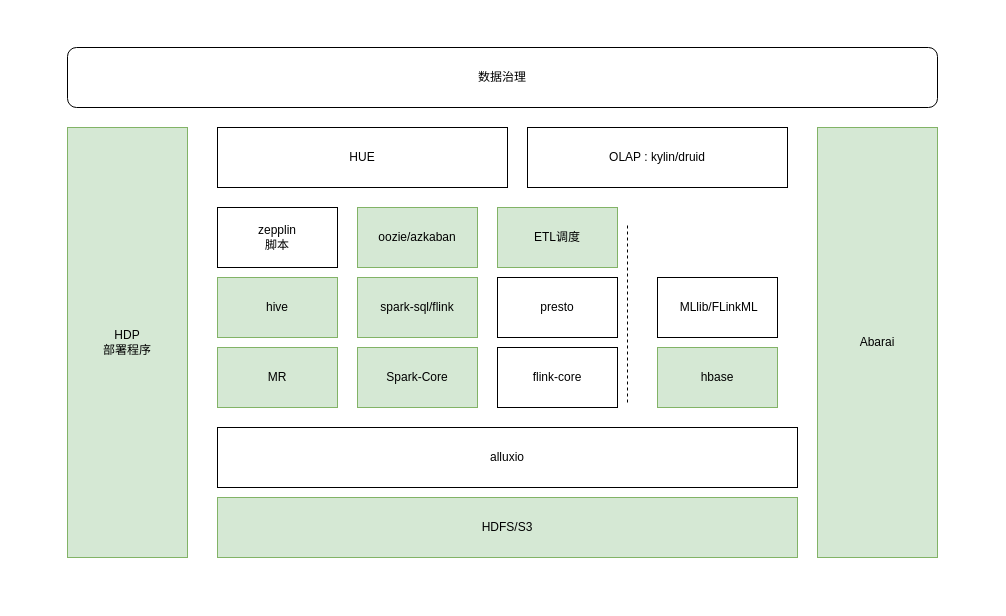
Above: Untitled Diagram.drawio in yjplxq/yjplxq (draw.io), before the change. Source tidied: cells renumbered, new cells numbered last; positions are measured from the earlier drawing's top-left corner, leaving out a move shared by most shapes. Both pictures are drawn from the tidied source at 100%, with x=0, y=0 at pixel (17, 17).
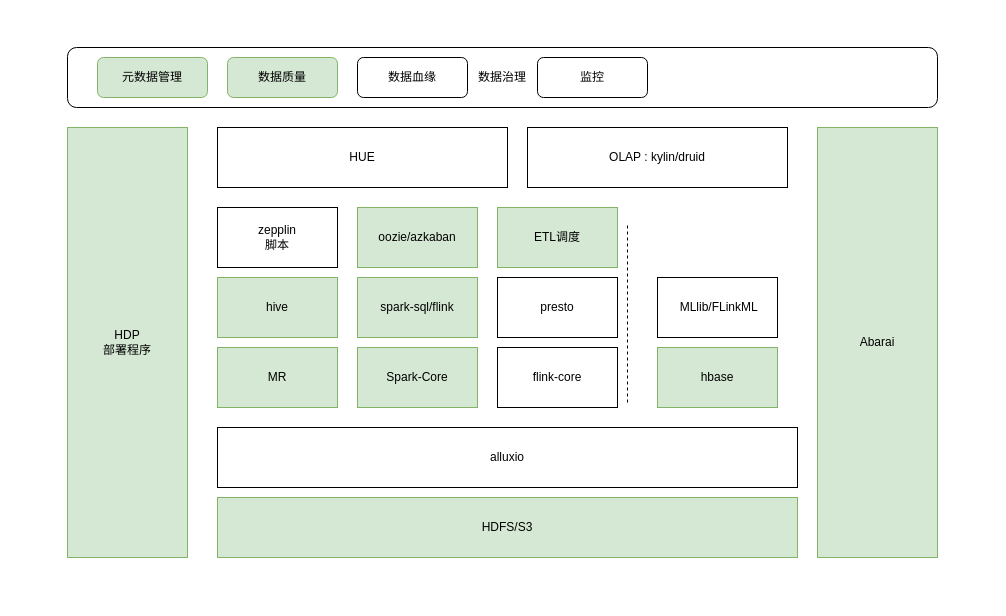
After the change.

What changed in the source:
```diff
@@
+    <mxCell id="23" value="元数据管理" style="rounded=1;whiteSpace=wrap;html=1;fillColor=#d5e8d4;strokeColor=#82b366;" parent="1" vertex="1">
+      <mxGeometry x="80" y="40" width="110" height="40" as="geometry" />
+    </mxCell>
+    <mxCell id="24" value="数据质量" style="rounded=1;whiteSpace=wrap;html=1;fillColor=#d5e8d4;strokeColor=#82b366;" parent="1" vertex="1">
+      <mxGeometry x="210" y="40" width="110" height="40" as="geometry" />
+    </mxCell>
+    <mxCell id="25" value="数据血缘" style="rounded=1;whiteSpace=wrap;html=1;" parent="1" vertex="1">
+      <mxGeometry x="340" y="40" width="110" height="40" as="geometry" />
+    </mxCell>
+    <mxCell id="26" value="监控" style="rounded=1;whiteSpace=wrap;html=1;" parent="1" vertex="1">
+      <mxGeometry x="520" y="40" width="110" height="40" as="geometry" />
+    </mxCell>
```
